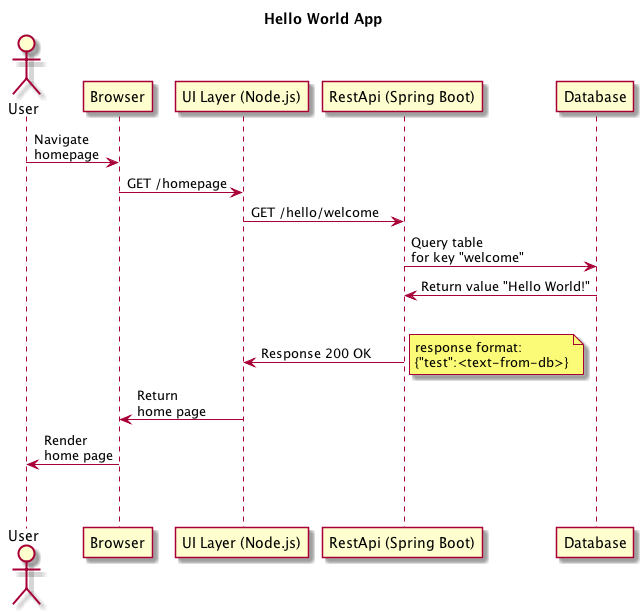
Earlier version of the PlantUML export examples/hello-world/diagrams/sequence-diagram.png (AlfrescoArchive/alfresco-anaxes-shipyard).
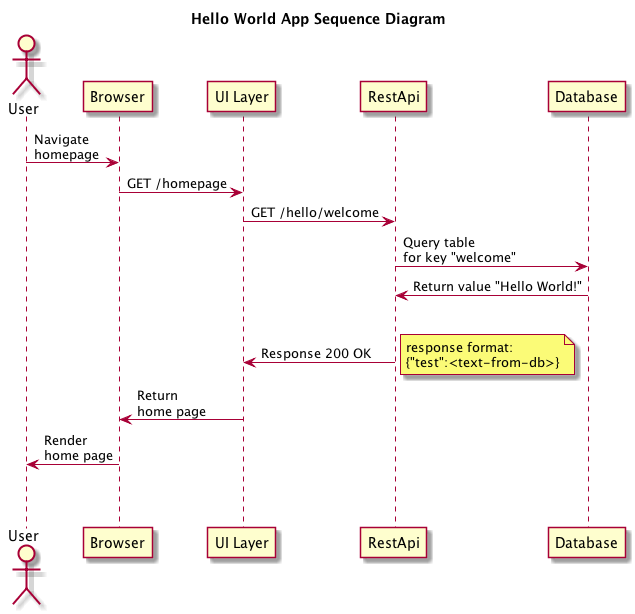
Above is the later version.

Commit message:
DEPLOY-154 / DEPLOY-37: Final Review of Consolidated Branches

Re-generated the sequence diagram image from PUML source.

Change to the diagram source:
```diff
@@ -1,11 +1,11 @@
 @startuml
 
-Title: Hello World App
+Title: Hello World App Sequence Diagram
 
 actor "User" as U
 participant "Browser" as B
-participant "UI Layer (Node.js)" as UI
-participant "RestApi (Spring Boot)" as RA
+participant "UI Layer" as UI
+participant "RestApi" as RA
 participant "Database" as DB
 
 U -> B: Navigate\nhomepage
```
